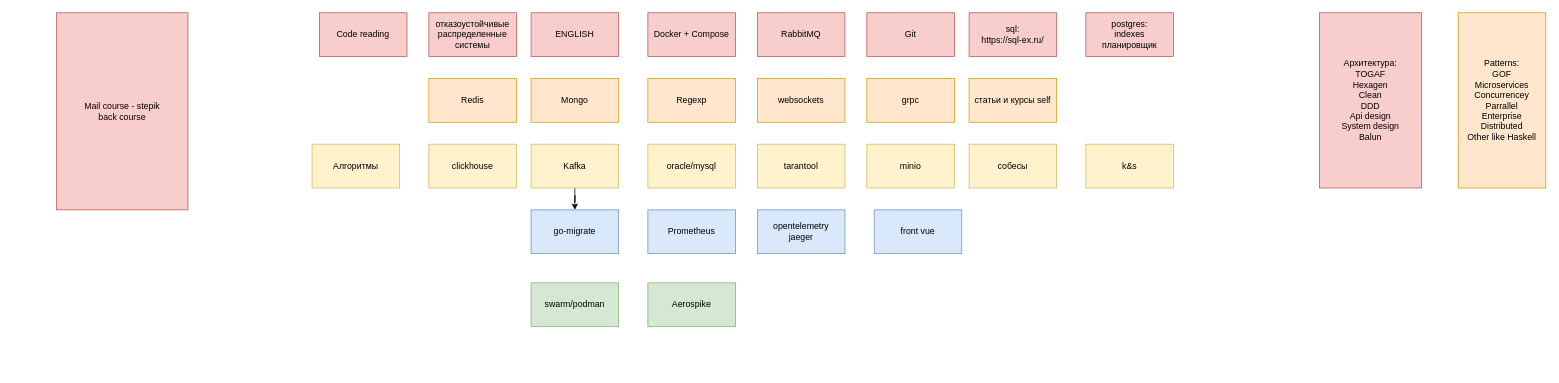
This is skills.drawio from gistGitUser/skills_list, a draw.io file, before an edit. Source tidied: cells renumbered, new cells numbered last; positions are measured from the earlier drawing's top-left corner, leaving out a move shared by most shapes. Both pictures are drawn from the tidied source at 73%, with x=0, y=0 at pixel (56, 12).
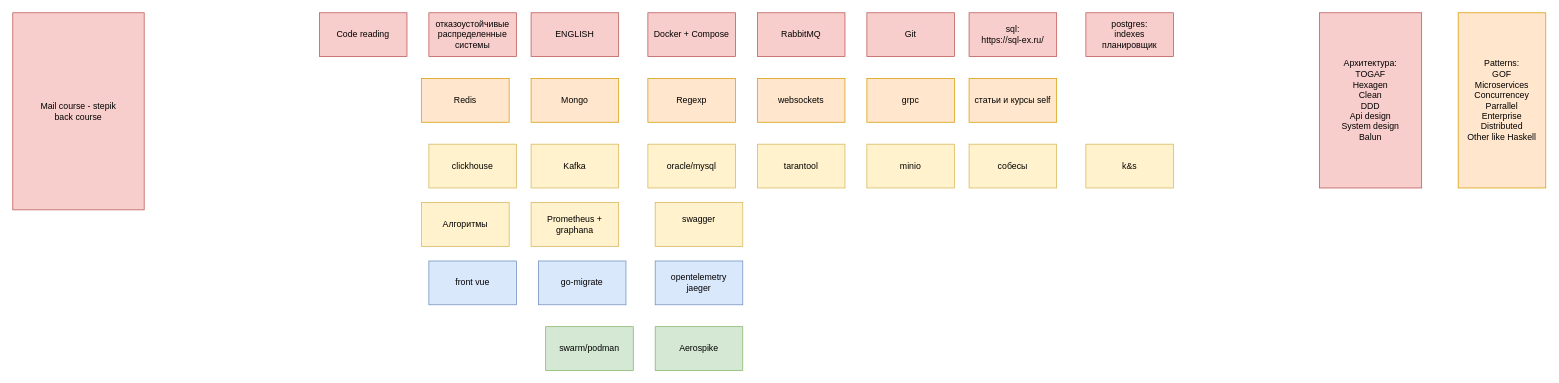
Above is the later version.

Unchanged cells that the change refers to:
```xml
<mxCell id="18" value="Kafka" style="rounded=0;whiteSpace=wrap;html=1;fillColor=#fff2cc;strokeColor=#d6b656;" parent="1" vertex="1">
  <mxGeometry x="650" y="180" width="120" height="60" as="geometry" />
</mxCell>
```

What changed in the source:
```diff
@@
     <mxCell id="3" value="Aerospike" style="rounded=0;whiteSpace=wrap;html=1;fillColor=#d5e8d4;strokeColor=#82b366;" parent="1" vertex="1">
-      <mxGeometry x="810" y="370" width="120" height="60" as="geometry" />
+      <mxGeometry x="820" y="430" width="120" height="60" as="geometry" />
     </mxCell>
@@
-    <mxCell id="6" value="Prometheus" style="rounded=0;whiteSpace=wrap;html=1;fillColor=#dae8fc;strokeColor=#6c8ebf;" parent="1" vertex="1">
-      <mxGeometry x="810" y="270" width="120" height="60" as="geometry" />
+    <mxCell id="6" value="Prometheus + graphana" style="rounded=0;whiteSpace=wrap;html=1;fillColor=#fff2cc;strokeColor=#d6b656;" parent="1" vertex="1">
+      <mxGeometry x="650" y="260" width="120" height="60" as="geometry" />
     </mxCell>
@@
     <mxCell id="8" value="swarm/podman" style="rounded=0;whiteSpace=wrap;html=1;fillColor=#d5e8d4;strokeColor=#82b366;" parent="1" vertex="1">
-      <mxGeometry x="650" y="370" width="120" height="60" as="geometry" />
+      <mxGeometry x="670" y="430" width="120" height="60" as="geometry" />
     </mxCell>
@@
     <mxCell id="12" value="opentelemetry&lt;br&gt;jaeger" style="rounded=0;whiteSpace=wrap;html=1;fillColor=#dae8fc;strokeColor=#6c8ebf;" parent="1" vertex="1">
-      <mxGeometry x="960" y="270" width="120" height="60" as="geometry" />
+      <mxGeometry x="820" y="340" width="120" height="60" as="geometry" />
     </mxCell>
@@
-    <mxCell id="17" style="edgeStyle=orthogonalEdgeStyle;rounded=0;jettySize=auto;html=1;" parent="1" edge="1" source="18" target="19">
-      <mxGeometry relative="1" as="geometry" />
-    </mxCell>
@@
     <mxCell id="19" value="go-migrate" style="rounded=0;whiteSpace=wrap;html=1;fillColor=#dae8fc;strokeColor=#6c8ebf;" parent="1" vertex="1">
-      <mxGeometry x="650" y="270" width="120" height="60" as="geometry" />
+      <mxGeometry x="660" y="340" width="120" height="60" as="geometry" />
     </mxCell>
@@
     <mxCell id="22" value="front vue" style="rounded=0;whiteSpace=wrap;html=1;fillColor=#dae8fc;strokeColor=#6c8ebf;" parent="1" vertex="1">
-      <mxGeometry x="1120" y="270" width="120" height="60" as="geometry" />
+      <mxGeometry x="510" y="340" width="120" height="60" as="geometry" />
     </mxCell>
@@
     <mxCell id="24" value="Алгоритмы" style="rounded=0;whiteSpace=wrap;html=1;fillColor=#fff2cc;strokeColor=#d6b656;" parent="1" vertex="1">
-      <mxGeometry x="350" y="180" width="120" height="60" as="geometry" />
+      <mxGeometry x="500" y="260" width="120" height="60" as="geometry" />
     </mxCell>
@@
     <mxCell id="27" value="Mail course - stepik&lt;br&gt;back course" style="rounded=0;whiteSpace=wrap;html=1;fillColor=#f8cecc;strokeColor=#b85450;" parent="1" vertex="1">
-      <mxGeometry width="180" height="270" as="geometry" />
+      <mxGeometry x="-60" width="180" height="270" as="geometry" />
     </mxCell>
@@
     <mxCell id="30" value="Redis" style="rounded=0;whiteSpace=wrap;html=1;fillColor=#ffe6cc;strokeColor=#d79b00;" parent="1" vertex="1">
-      <mxGeometry x="510" y="90" width="120" height="60" as="geometry" />
+      <mxGeometry x="500" y="90" width="120" height="60" as="geometry" />
     </mxCell>
@@
+    <mxCell id="34" value="swagger&lt;div&gt;&lt;br&gt;&lt;/div&gt;" style="rounded=0;whiteSpace=wrap;html=1;fillColor=#fff2cc;strokeColor=#d6b656;" parent="1" vertex="1">
+      <mxGeometry x="820" y="260" width="120" height="60" as="geometry" />
+    </mxCell>
```
